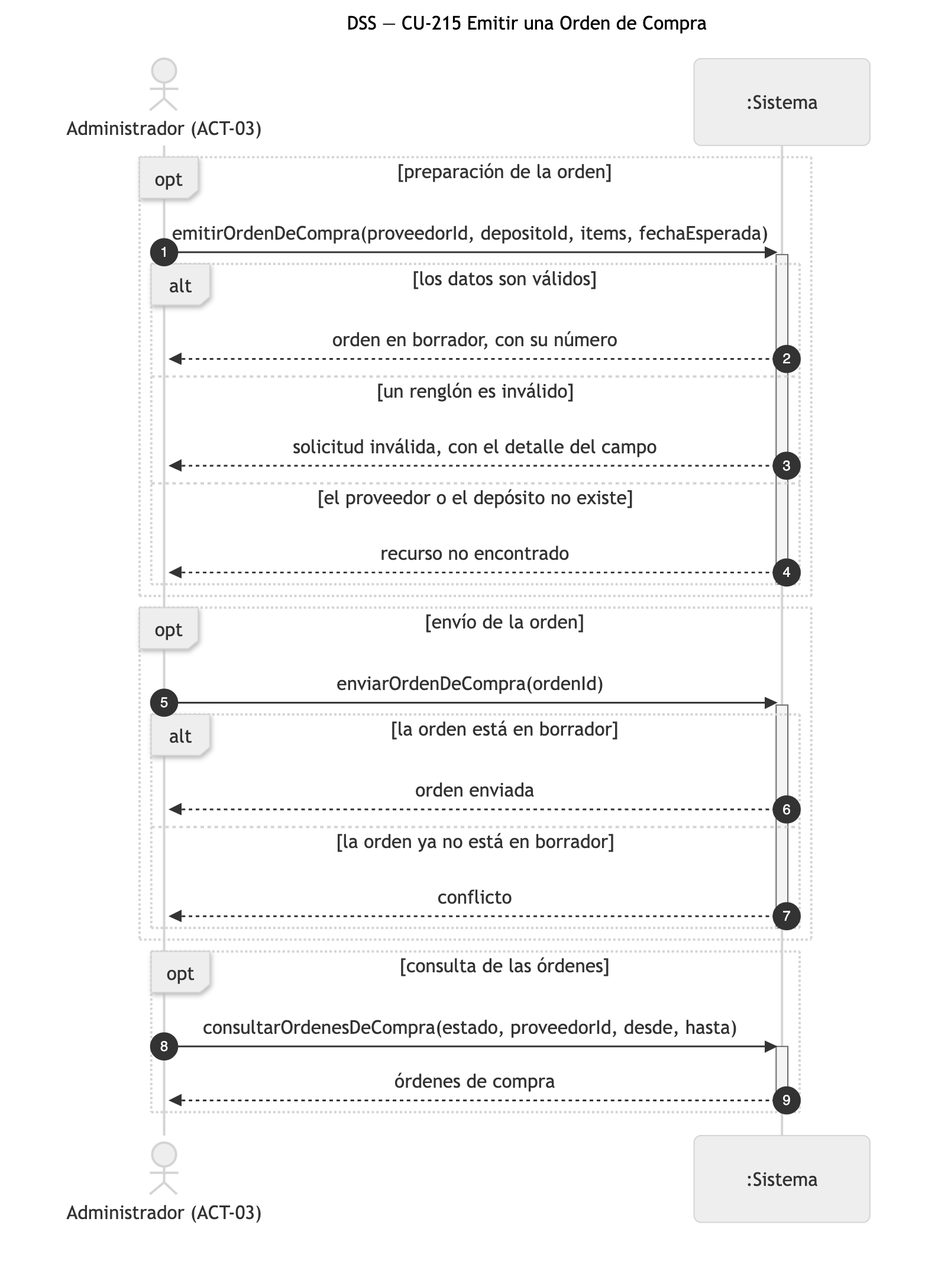
Nahuelito-Dev/splg-docs keeps this Mermaid diagram as diagramas/png/DSS_CU-215_Emitir-una-Orden-de-Compra.png. Above is the earlier version. Its source is kept beside it as diagramas/DSS_CU-215_Emitir-una-Orden-de-Compra.mmd. Its diagram source:
```mermaid
sequenceDiagram
    title DSS — CU-215 Emitir una Orden de Compra
    autonumber
    actor ADM as Administrador (ACT-03)
    participant SIS as :Sistema

    opt preparación de la orden
        ADM->>SIS: emitirOrdenDeCompra(proveedorId, depositoId, items, fechaEsperada)
        activate SIS
        alt los datos son válidos
            SIS-->>ADM: orden en borrador, con su número
        else un renglón es inválido
            SIS-->>ADM: solicitud inválida, con el detalle del campo
        else el proveedor o el depósito no existe
            SIS-->>ADM: recurso no encontrado
        end
        deactivate SIS
    end

    opt envío de la orden
        ADM->>SIS: enviarOrdenDeCompra(ordenId)
        activate SIS
        alt la orden está en borrador
            SIS-->>ADM: orden enviada
        else la orden ya no está en borrador
            SIS-->>ADM: conflicto
        end
        deactivate SIS
    end

    opt consulta de las órdenes
        ADM->>SIS: consultarOrdenesDeCompra(estado, proveedorId, desde, hasta)
        activate SIS
        SIS-->>ADM: órdenes de compra
        deactivate SIS
    end
```
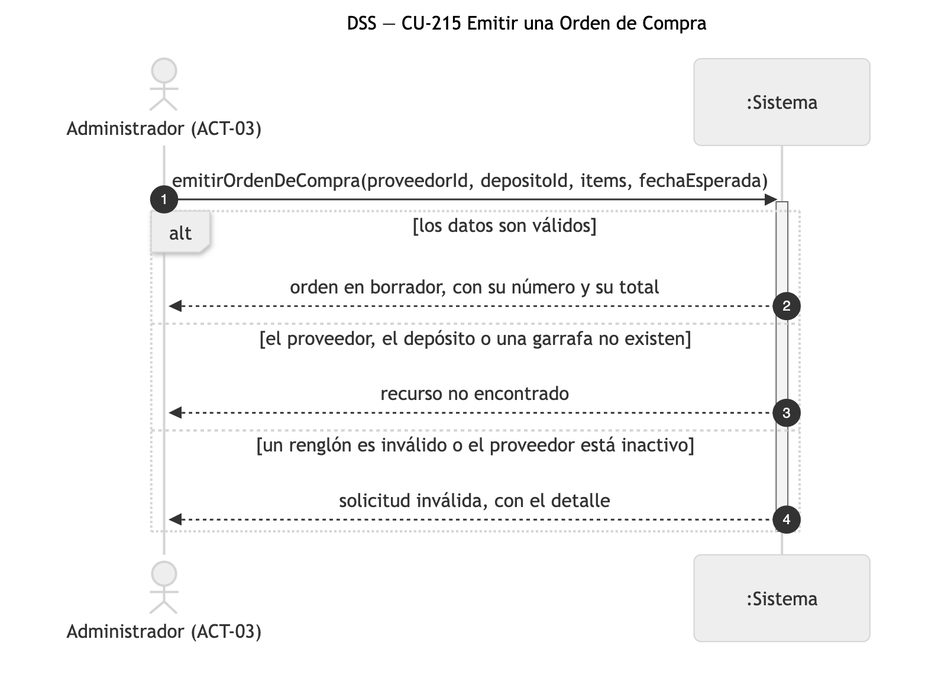
After the change.

The edit, as a diff of the source:
```diff
@@ -4,33 +4,13 @@
     actor ADM as Administrador (ACT-03)
     participant SIS as :Sistema
 
-    opt preparación de la orden
-        ADM->>SIS: emitirOrdenDeCompra(proveedorId, depositoId, items, fechaEsperada)
-        activate SIS
-        alt los datos son válidos
-            SIS-->>ADM: orden en borrador, con su número
-        else un renglón es inválido
-            SIS-->>ADM: solicitud inválida, con el detalle del campo
-        else el proveedor o el depósito no existe
-            SIS-->>ADM: recurso no encontrado
-        end
-        deactivate SIS
+    ADM->>SIS: emitirOrdenDeCompra(proveedorId, depositoId, items, fechaEsperada)
+    activate SIS
+    alt los datos son válidos
+        SIS-->>ADM: orden en borrador, con su número y su total
+    else el proveedor, el depósito o una garrafa no existen
+        SIS-->>ADM: recurso no encontrado
+    else un renglón es inválido o el proveedor está inactivo
+        SIS-->>ADM: solicitud inválida, con el detalle
     end
-
-    opt envío de la orden
-        ADM->>SIS: enviarOrdenDeCompra(ordenId)
-        activate SIS
-        alt la orden está en borrador
-            SIS-->>ADM: orden enviada
-        else la orden ya no está en borrador
-            SIS-->>ADM: conflicto
-        end
-        deactivate SIS
-    end
-
-    opt consulta de las órdenes
-        ADM->>SIS: consultarOrdenesDeCompra(estado, proveedorId, desde, hasta)
-        activate SIS
-        SIS-->>ADM: órdenes de compra
-        deactivate SIS
-    end
+    deactivate SIS
```
